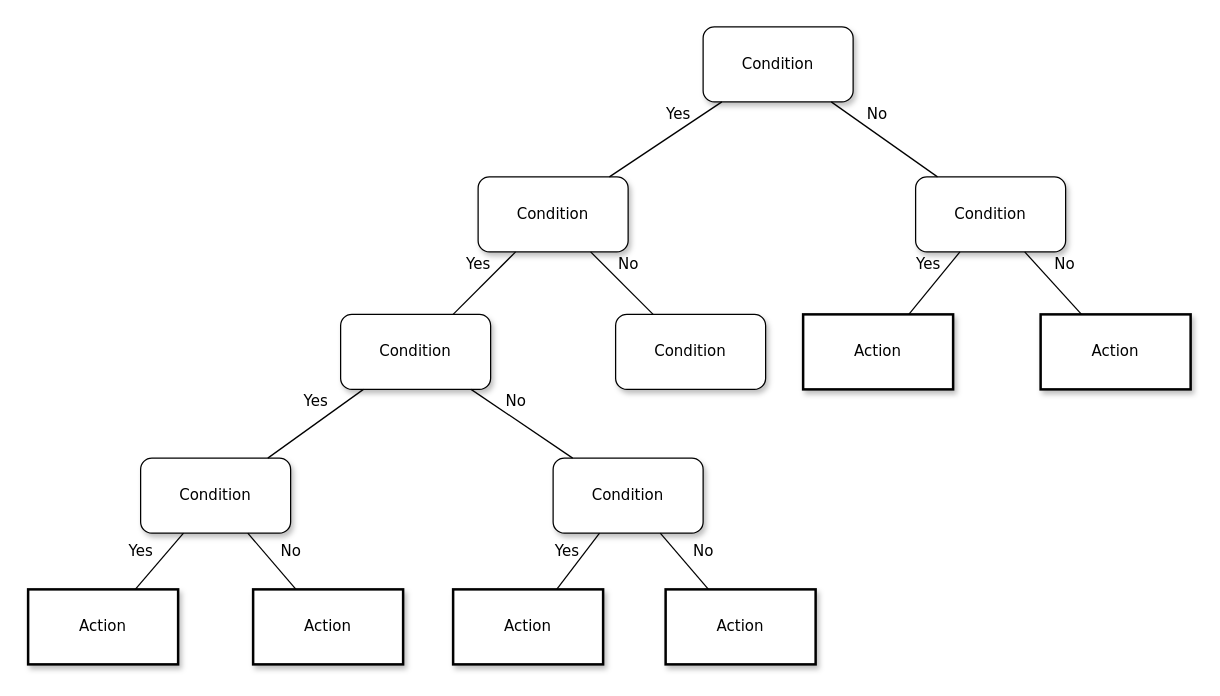
The draw.io diagram Untitled Diagram.drawio in nico-maestro/nico-maestro, before the edit. Source tidied: cells renumbered, new cells numbered last; positions are measured from the earlier drawing's top-left corner, leaving out a move shared by most shapes. Both pictures are drawn from the tidied source at 125%, with x=0, y=0 at pixel (28, 26).
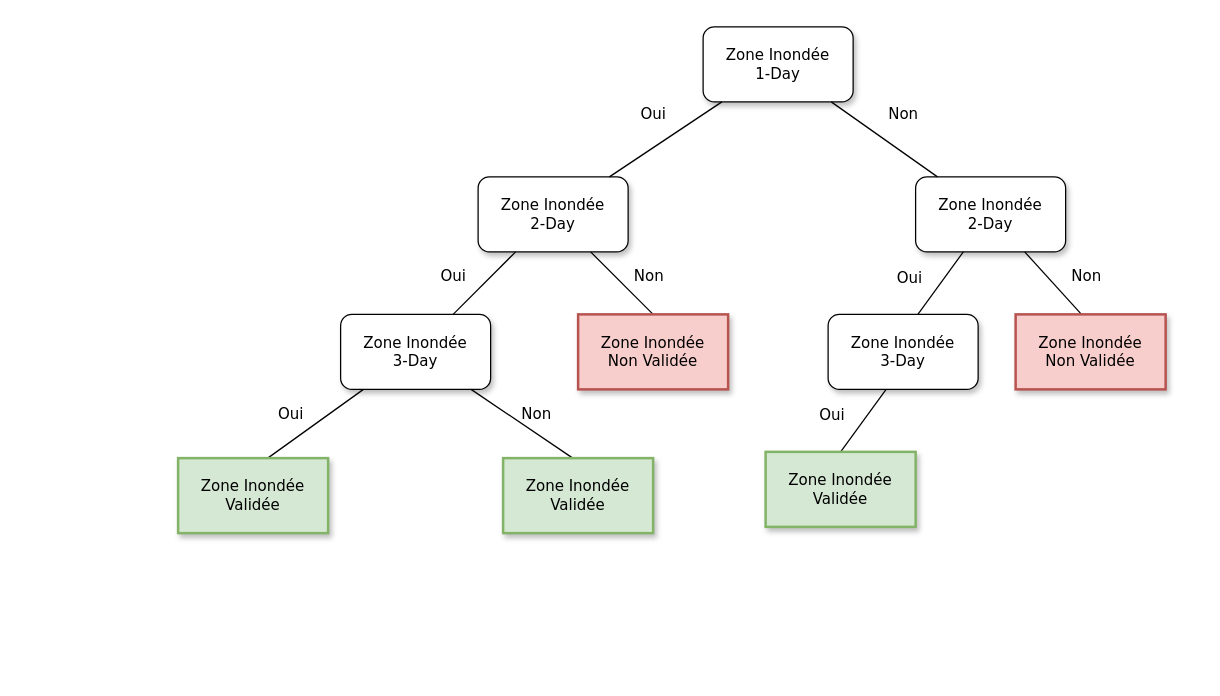
Above is the later version.

Diff of the diagram source:
```diff
@@
-    <mxCell id="2" value="Condition" style="whiteSpace=wrap;html=1;rounded=1;shadow=1;labelBackgroundColor=none;strokeWidth=1;fontFamily=Verdana;fontSize=12;align=center;" parent="1" vertex="1">
+    <mxCell id="2" value="Zone Inondée&lt;br&gt;1-Day" style="whiteSpace=wrap;html=1;rounded=1;shadow=1;labelBackgroundColor=none;strokeWidth=1;fontFamily=Verdana;fontSize=12;align=center;" parent="1" vertex="1">
       <mxGeometry x="540" width="120" height="60" as="geometry" />
     </mxCell>
-    <mxCell id="3" value="&lt;span&gt;Condition&lt;/span&gt;" style="whiteSpace=wrap;html=1;rounded=1;shadow=1;labelBackgroundColor=none;strokeWidth=1;fontFamily=Verdana;fontSize=12;align=center;" parent="1" vertex="1">
+    <mxCell id="3" value="Zone Inondée&lt;br&gt;2-Day" style="whiteSpace=wrap;html=1;rounded=1;shadow=1;labelBackgroundColor=none;strokeWidth=1;fontFamily=Verdana;fontSize=12;align=center;" parent="1" vertex="1">
       <mxGeometry x="360" y="120" width="120" height="60" as="geometry" />
     </mxCell>
-    <mxCell id="4" value="&lt;span&gt;Condition&lt;/span&gt;" style="whiteSpace=wrap;html=1;rounded=1;shadow=1;labelBackgroundColor=none;strokeWidth=1;fontFamily=Verdana;fontSize=12;align=center;" parent="1" vertex="1">
+    <mxCell id="4" value="Zone Inondée&lt;br&gt;2-Day" style="whiteSpace=wrap;html=1;rounded=1;shadow=1;labelBackgroundColor=none;strokeWidth=1;fontFamily=Verdana;fontSize=12;align=center;" parent="1" vertex="1">
       <mxGeometry x="710" y="120" width="120" height="60" as="geometry" />
     </mxCell>
-    <mxCell id="5" value="No" style="rounded=0;html=1;labelBackgroundColor=none;startArrow=none;startFill=0;startSize=5;endArrow=none;endFill=0;endSize=5;jettySize=auto;strokeWidth=1;fontFamily=Verdana;fontSize=12;" parent="1" edge="1" source="2" target="4">
-      <mxGeometry x="-0.3" y="13" relative="1" as="geometry" />
+    <mxCell id="5" value="Non" style="rounded=0;html=1;labelBackgroundColor=none;startArrow=none;startFill=0;startSize=5;endArrow=none;endFill=0;endSize=5;jettySize=auto;strokeWidth=1;fontFamily=Verdana;fontSize=12;align=center;" parent="1" edge="1" source="2" target="4">
+      <mxGeometry x="0.01" y="25" relative="1" as="geometry" />
     </mxCell>
-    <mxCell id="6" value="Yes" style="rounded=0;html=1;labelBackgroundColor=none;startArrow=none;startFill=0;startSize=5;endArrow=none;endFill=0;endSize=5;jettySize=auto;strokeWidth=1;fontFamily=Verdana;fontSize=12;" parent="1" edge="1" source="2" target="3">
-      <mxGeometry x="-0.36" y="-11" relative="1" as="geometry" />
+    <mxCell id="6" value="Oui" style="rounded=0;html=1;labelBackgroundColor=none;startArrow=none;startFill=0;startSize=5;endArrow=none;endFill=0;endSize=5;jettySize=auto;strokeWidth=1;fontFamily=Verdana;fontSize=12;" parent="1" edge="1" source="2" target="3">
+      <mxGeometry x="-0.05" y="-22" relative="1" as="geometry" />
     </mxCell>
-    <mxCell id="7" value="&lt;span&gt;Condition&lt;/span&gt;" style="whiteSpace=wrap;html=1;rounded=1;shadow=1;labelBackgroundColor=none;strokeWidth=1;fontFamily=Verdana;fontSize=12;align=center;" parent="1" vertex="1">
+    <mxCell id="7" value="Zone Inondée&lt;br&gt;3-Day" style="whiteSpace=wrap;html=1;rounded=1;shadow=1;labelBackgroundColor=none;strokeWidth=1;fontFamily=Verdana;fontSize=12;align=center;" parent="1" vertex="1">
       <mxGeometry x="250" y="230" width="120" height="60" as="geometry" />
     </mxCell>
-    <mxCell id="8" value="&lt;span&gt;Condition&lt;/span&gt;" style="whiteSpace=wrap;html=1;rounded=1;shadow=1;labelBackgroundColor=none;strokeWidth=1;fontFamily=Verdana;fontSize=12;align=center;" parent="1" vertex="1">
-      <mxGeometry x="470" y="230" width="120" height="60" as="geometry" />
-    </mxCell>
-    <mxCell id="9" value="&lt;span&gt;Action&lt;/span&gt;" style="whiteSpace=wrap;html=1;rounded=0;shadow=1;labelBackgroundColor=none;strokeWidth=2;fontFamily=Verdana;fontSize=12;align=center;" parent="1" vertex="1">
-      <mxGeometry x="620" y="230" width="120" height="60" as="geometry" />
-    </mxCell>
-    <mxCell id="10" value="&lt;span&gt;Action&lt;/span&gt;" style="whiteSpace=wrap;html=1;rounded=0;shadow=1;labelBackgroundColor=none;strokeWidth=2;fontFamily=Verdana;fontSize=12;align=center;" parent="1" vertex="1">
-      <mxGeometry x="810" y="230" width="120" height="60" as="geometry" />
-    </mxCell>
-    <mxCell id="11" value="&lt;span&gt;Condition&lt;/span&gt;" style="whiteSpace=wrap;html=1;rounded=1;shadow=1;labelBackgroundColor=none;strokeWidth=1;fontFamily=Verdana;fontSize=12;align=center;" parent="1" vertex="1">
-      <mxGeometry x="90" y="345" width="120" height="60" as="geometry" />
-    </mxCell>
-    <mxCell id="12" value="&lt;span&gt;Condition&lt;/span&gt;" style="whiteSpace=wrap;html=1;rounded=1;shadow=1;labelBackgroundColor=none;strokeWidth=1;fontFamily=Verdana;fontSize=12;align=center;" parent="1" vertex="1">
-      <mxGeometry x="420" y="345" width="120" height="60" as="geometry" />
-    </mxCell>
-    <mxCell id="13" value="Yes" style="rounded=0;html=1;labelBackgroundColor=none;startArrow=none;startFill=0;startSize=5;endArrow=none;endFill=0;endSize=5;jettySize=auto;strokeWidth=1;fontFamily=Verdana;fontSize=12;" parent="1" edge="1" source="3" target="7">
-      <mxGeometry x="-0.2" y="-14" relative="1" as="geometry" />
+    <mxCell id="13" value="Oui" style="rounded=0;html=1;labelBackgroundColor=none;startArrow=none;startFill=0;startSize=5;endArrow=none;endFill=0;endSize=5;jettySize=auto;strokeWidth=1;fontFamily=Verdana;fontSize=12;" parent="1" edge="1" source="3" target="7">
+      <mxGeometry x="0.4" y="-21" relative="1" as="geometry">
+        <mxPoint x="-1" as="offset" />
+      </mxGeometry>
     </mxCell>
-    <mxCell id="14" value="No" style="rounded=0;html=1;labelBackgroundColor=none;startArrow=none;startFill=0;startSize=5;endArrow=none;endFill=0;endSize=5;jettySize=auto;strokeWidth=1;fontFamily=Verdana;fontSize=12;" parent="1" edge="1" source="3" target="8">
-      <mxGeometry x="-0.2" y="14" relative="1" as="geometry" />
+    <mxCell id="14" value="Non" style="rounded=0;html=1;labelBackgroundColor=none;startArrow=none;startFill=0;startSize=5;endArrow=none;endFill=0;endSize=5;jettySize=auto;strokeWidth=1;fontFamily=Verdana;fontSize=12;align=right;" parent="1" edge="1" source="3">
+      <mxGeometry x="0.6" y="28" relative="1" as="geometry">
+        <mxPoint x="500" y="230" as="targetPoint" />
+        <mxPoint y="-1" as="offset" />
+      </mxGeometry>
     </mxCell>
-    <mxCell id="15" value="Yes" style="rounded=0;html=1;labelBackgroundColor=none;startArrow=none;startFill=0;startSize=5;endArrow=none;endFill=0;endSize=5;jettySize=auto;strokeWidth=1;fontFamily=Verdana;fontSize=12;" parent="1" edge="1" source="4" target="9">
-      <mxGeometry x="-0.26" y="-13" relative="1" as="geometry" />
+    <mxCell id="15" value="Oui" style="rounded=0;html=1;labelBackgroundColor=none;startArrow=none;startFill=0;startSize=5;endArrow=none;endFill=0;endSize=5;jettySize=auto;strokeWidth=1;fontFamily=Verdana;fontSize=12;" parent="1" edge="1" source="4">
+      <mxGeometry x="0.37" y="-23" relative="1" as="geometry">
+        <mxPoint x="711.8" y="230" as="targetPoint" />
+        <mxPoint y="1" as="offset" />
+      </mxGeometry>
     </mxCell>
-    <mxCell id="16" value="No" style="rounded=0;html=1;labelBackgroundColor=none;startArrow=none;startFill=0;startSize=5;endArrow=none;endFill=0;endSize=5;jettySize=auto;strokeWidth=1;fontFamily=Verdana;fontSize=12;" parent="1" edge="1" source="4" target="10">
-      <mxGeometry x="-0.13" y="17" relative="1" as="geometry" />
+    <mxCell id="16" value="Non" style="rounded=0;html=1;labelBackgroundColor=none;startArrow=none;startFill=0;startSize=5;endArrow=none;endFill=0;endSize=5;jettySize=auto;strokeWidth=1;fontFamily=Verdana;fontSize=12;align=right;" parent="1" edge="1" source="4">
+      <mxGeometry x="0.69" y="33" relative="1" as="geometry">
+        <mxPoint x="842.7" y="230" as="targetPoint" />
+      </mxGeometry>
     </mxCell>
-    <mxCell id="17" value="Yes" style="rounded=0;html=1;labelBackgroundColor=none;startArrow=none;startFill=0;startSize=5;endArrow=none;endFill=0;endSize=5;jettySize=auto;strokeWidth=1;fontFamily=Verdana;fontSize=12;" parent="1" edge="1" source="7" target="11">
-      <mxGeometry x="-0.22" y="-14" relative="1" as="geometry" />
+    <mxCell id="17" value="Oui" style="rounded=0;html=1;labelBackgroundColor=none;startArrow=none;startFill=0;startSize=5;endArrow=none;endFill=0;endSize=5;jettySize=auto;strokeWidth=1;fontFamily=Verdana;fontSize=12;" parent="1" edge="1" source="7">
+      <mxGeometry x="0.25" y="-18" relative="1" as="geometry">
+        <mxPoint x="191.7" y="345" as="targetPoint" />
+      </mxGeometry>
     </mxCell>
-    <mxCell id="18" value="No" style="rounded=0;html=1;labelBackgroundColor=none;startArrow=none;startFill=0;startSize=5;endArrow=none;endFill=0;endSize=5;jettySize=auto;strokeWidth=1;fontFamily=Verdana;fontSize=12;" parent="1" edge="1" source="7" target="12">
-      <mxGeometry x="-0.28" y="12" relative="1" as="geometry" />
+    <mxCell id="18" value="Non" style="rounded=0;html=1;labelBackgroundColor=none;startArrow=none;startFill=0;startSize=5;endArrow=none;endFill=0;endSize=5;jettySize=auto;strokeWidth=1;fontFamily=Verdana;fontSize=12;align=right;" parent="1" edge="1" source="7">
+      <mxGeometry x="0.34" y="20" relative="1" as="geometry">
+        <mxPoint x="435.7" y="345" as="targetPoint" />
+      </mxGeometry>
     </mxCell>
-    <mxCell id="19" value="Action" style="whiteSpace=wrap;html=1;rounded=0;shadow=1;labelBackgroundColor=none;strokeWidth=2;fontFamily=Verdana;fontSize=12;align=center;" parent="1" vertex="1">
-      <mxGeometry y="450" width="120" height="60" as="geometry" />
+    <mxCell id="19" value="Zone Inondée&lt;br&gt;Validée" style="whiteSpace=wrap;html=1;rounded=0;shadow=1;labelBackgroundColor=none;strokeWidth=2;fontFamily=Verdana;fontSize=12;align=center;fillColor=#d5e8d4;strokeColor=#82b366;" parent="1" vertex="1">
+      <mxGeometry x="120" y="345" width="120" height="60" as="geometry" />
     </mxCell>
-    <mxCell id="20" value="&lt;span&gt;Action&lt;/span&gt;" style="whiteSpace=wrap;html=1;rounded=0;shadow=1;labelBackgroundColor=none;strokeWidth=2;fontFamily=Verdana;fontSize=12;align=center;" parent="1" vertex="1">
-      <mxGeometry x="180" y="450" width="120" height="60" as="geometry" />
-    </mxCell>
-    <mxCell id="21" value="&lt;span&gt;Action&lt;/span&gt;" style="whiteSpace=wrap;html=1;rounded=0;shadow=1;labelBackgroundColor=none;strokeWidth=2;fontFamily=Verdana;fontSize=12;align=center;" parent="1" vertex="1">
-      <mxGeometry x="340" y="450" width="120" height="60" as="geometry" />
-    </mxCell>
-    <mxCell id="22" value="&lt;span&gt;Action&lt;/span&gt;" style="whiteSpace=wrap;html=1;rounded=0;shadow=1;labelBackgroundColor=none;strokeWidth=2;fontFamily=Verdana;fontSize=12;align=center;" parent="1" vertex="1">
-      <mxGeometry x="510" y="450" width="120" height="60" as="geometry" />
-    </mxCell>
-    <mxCell id="23" value="Yes" style="rounded=0;html=1;labelBackgroundColor=none;startArrow=none;startFill=0;startSize=5;endArrow=none;endFill=0;endSize=5;jettySize=auto;strokeWidth=1;fontFamily=Verdana;fontSize=12;" parent="1" edge="1" source="11" target="19">
-      <mxGeometry x="0.14" y="-16" relative="1" as="geometry" />
-    </mxCell>
-    <mxCell id="24" value="No" style="rounded=0;html=1;labelBackgroundColor=none;startArrow=none;startFill=0;startSize=5;endArrow=none;endFill=0;endSize=5;jettySize=auto;strokeWidth=1;fontFamily=Verdana;fontSize=12;" parent="1" edge="1" source="11" target="20">
-      <mxGeometry x="0.14" y="16" relative="1" as="geometry" />
-    </mxCell>
-    <mxCell id="25" value="Yes" style="rounded=0;html=1;labelBackgroundColor=none;startArrow=none;startFill=0;startSize=5;endArrow=none;endFill=0;endSize=5;jettySize=auto;strokeWidth=1;fontFamily=Verdana;fontSize=12;" parent="1" edge="1" source="12" target="21">
-      <mxGeometry y="-12" relative="1" as="geometry" />
-    </mxCell>
-    <mxCell id="26" value="No" style="rounded=0;html=1;labelBackgroundColor=none;startArrow=none;startFill=0;startSize=5;endArrow=none;endFill=0;endSize=5;jettySize=auto;strokeWidth=1;fontFamily=Verdana;fontSize=12;" parent="1" edge="1" source="12" target="22">
-      <mxGeometry x="0.14" y="16" relative="1" as="geometry" />
-    </mxCell>
+    <mxCell id="27" value="Zone Inondée&lt;br&gt;Validée" style="whiteSpace=wrap;html=1;rounded=0;shadow=1;labelBackgroundColor=none;strokeWidth=2;fontFamily=Verdana;fontSize=12;align=center;fillColor=#d5e8d4;strokeColor=#82b366;" parent="1" vertex="1">
+      <mxGeometry x="380" y="345" width="120" height="60" as="geometry" />
+    </mxCell>
+    <mxCell id="28" value="Zone Inondée&lt;br&gt;Non Validée" style="whiteSpace=wrap;html=1;rounded=0;shadow=1;labelBackgroundColor=none;strokeWidth=2;fontFamily=Verdana;fontSize=12;align=center;fillColor=#f8cecc;strokeColor=#b85450;" parent="1" vertex="1">
+      <mxGeometry x="440" y="230" width="120" height="60" as="geometry" />
+    </mxCell>
+    <mxCell id="29" value="Zone Inondée&lt;br&gt;Non Validée" style="whiteSpace=wrap;html=1;rounded=0;shadow=1;labelBackgroundColor=none;strokeWidth=2;fontFamily=Verdana;fontSize=12;align=center;fillColor=#f8cecc;strokeColor=#b85450;" parent="1" vertex="1">
+      <mxGeometry x="790" y="230" width="120" height="60" as="geometry" />
+    </mxCell>
+    <mxCell id="30" value="Zone Inondée&lt;br&gt;3-Day" style="whiteSpace=wrap;html=1;rounded=1;shadow=1;labelBackgroundColor=none;strokeWidth=1;fontFamily=Verdana;fontSize=12;align=center;" parent="1" vertex="1">
+      <mxGeometry x="640" y="230" width="120" height="60" as="geometry" />
+    </mxCell>
+    <mxCell id="31" value="Oui" style="rounded=0;html=1;labelBackgroundColor=none;startArrow=none;startFill=0;startSize=5;endArrow=none;endFill=0;endSize=5;jettySize=auto;orthogonalLoop=1;strokeWidth=1;fontFamily=Verdana;fontSize=12;" parent="1" edge="1">
+      <mxGeometry x="0.37" y="-23" relative="1" as="geometry">
+        <mxPoint x="686.4" y="290" as="sourcePoint" />
+        <mxPoint x="650" y="340" as="targetPoint" />
+        <mxPoint y="1" as="offset" />
+      </mxGeometry>
+    </mxCell>
+    <mxCell id="32" value="Zone Inondée&lt;br&gt;Validée" style="whiteSpace=wrap;html=1;rounded=0;shadow=1;labelBackgroundColor=none;strokeWidth=2;fontFamily=Verdana;fontSize=12;align=center;fillColor=#d5e8d4;strokeColor=#82b366;" parent="1" vertex="1">
+      <mxGeometry x="590" y="340" width="120" height="60" as="geometry" />
+    </mxCell>
```
